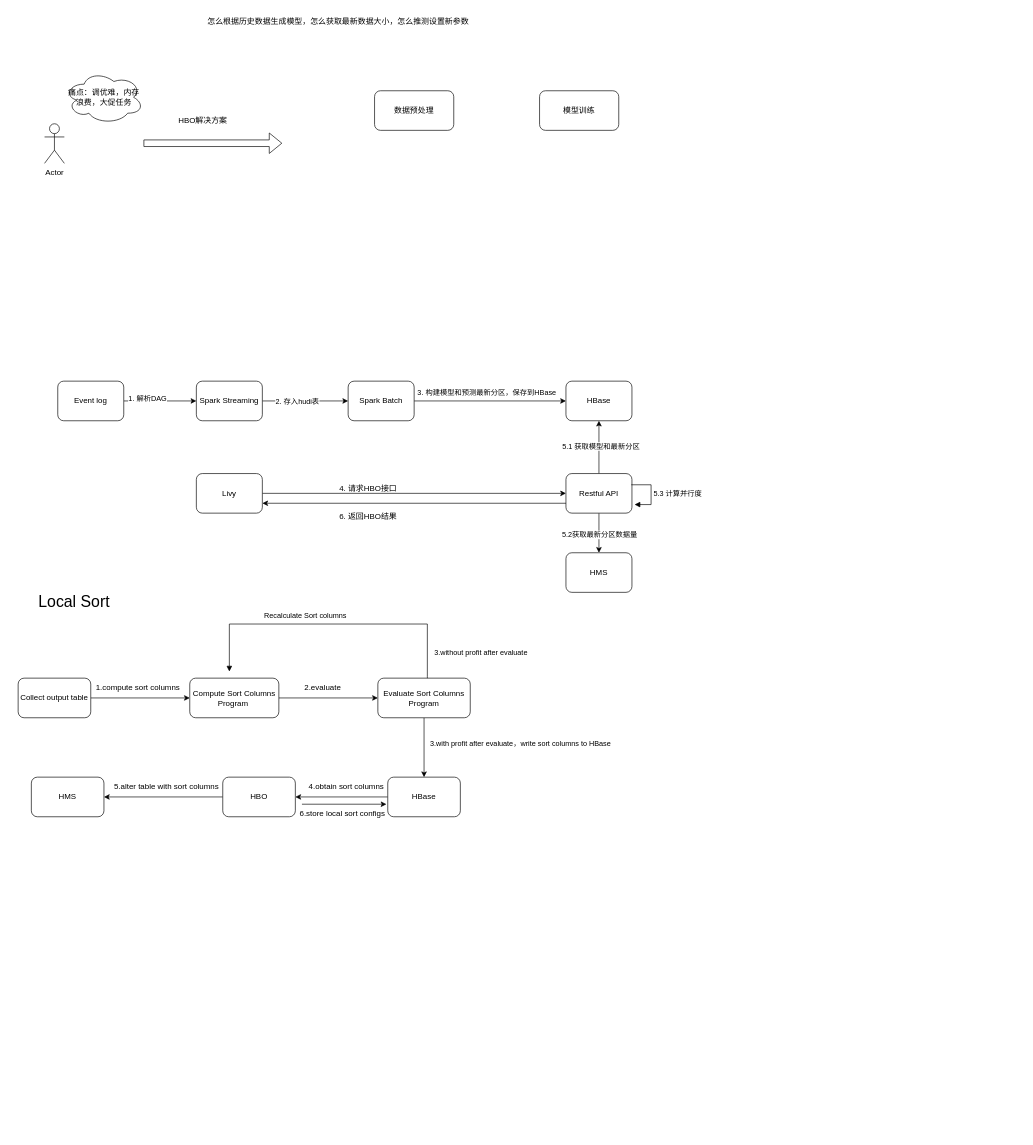
Earlier version of the draw.io diagram page "HBO" (10 of 11) of Spark.drawio (huangxiaopingRD/diagrams). Source tidied: cells renumbered, new cells numbered last; positions are measured from the earlier drawing's top-left corner, leaving out a move shared by most shapes. Both pictures are drawn from the tidied source at 66%, with x=0, y=0 at pixel (11, 11).
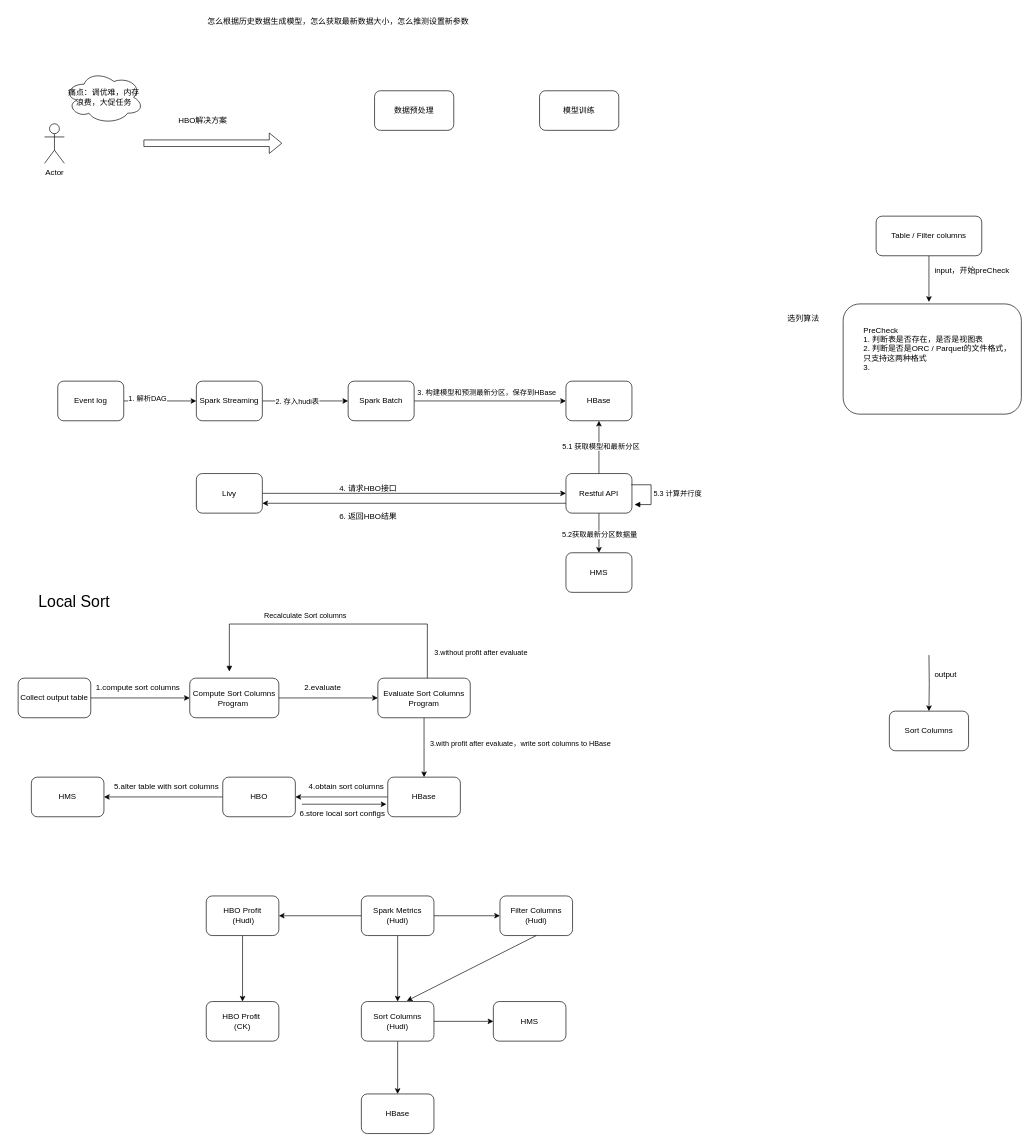
The same page after the edit.

The edit, as a diff of the source:
```diff
@@
+    <mxCell id="54" style="edgeStyle=orthogonalEdgeStyle;rounded=0;jettySize=auto;html=1;" parent="1" edge="1" target="72">
+      <mxGeometry relative="1" as="geometry">
+        <mxPoint x="1390" y="975" as="sourcePoint" />
+      </mxGeometry>
+    </mxCell>
@@
+    <mxCell id="55" style="edgeStyle=orthogonalEdgeStyle;rounded=0;jettySize=auto;html=1;" parent="1" edge="1" source="58" target="62">
+      <mxGeometry relative="1" as="geometry" />
+    </mxCell>
+    <mxCell id="56" style="edgeStyle=orthogonalEdgeStyle;rounded=0;jettySize=auto;html=1;" parent="1" edge="1" source="58" target="59">
+      <mxGeometry relative="1" as="geometry" />
+    </mxCell>
+    <mxCell id="57" style="edgeStyle=orthogonalEdgeStyle;rounded=0;jettySize=auto;html=1;entryX=1;entryY=0.5;entryDx=0;entryDy=0;" parent="1" edge="1" source="58" target="66">
+      <mxGeometry relative="1" as="geometry" />
+    </mxCell>
+    <mxCell id="58" value="Spark Metrics&lt;div&gt;&lt;span style=&quot;background-color: initial;&quot;&gt;(Hudi)&lt;/span&gt;&lt;/div&gt;" style="rounded=1;whiteSpace=wrap;html=1;" parent="1" vertex="1">
+      <mxGeometry x="530" y="1340" width="110" height="60" as="geometry" />
+    </mxCell>
+    <mxCell id="59" value="Filter Columns (Hudi)" style="rounded=1;whiteSpace=wrap;html=1;" parent="1" vertex="1">
+      <mxGeometry x="740" y="1340" width="110" height="60" as="geometry" />
+    </mxCell>
+    <mxCell id="60" style="edgeStyle=orthogonalEdgeStyle;rounded=0;jettySize=auto;html=1;" parent="1" edge="1" source="62" target="64">
+      <mxGeometry relative="1" as="geometry" />
+    </mxCell>
+    <mxCell id="61" style="edgeStyle=orthogonalEdgeStyle;rounded=0;jettySize=auto;html=1;" parent="1" edge="1" source="62" target="63">
+      <mxGeometry relative="1" as="geometry" />
+    </mxCell>
+    <mxCell id="62" value="Sort Columns&lt;div&gt;(Hudi)&lt;/div&gt;" style="rounded=1;whiteSpace=wrap;html=1;" parent="1" vertex="1">
+      <mxGeometry x="530" y="1500" width="110" height="60" as="geometry" />
+    </mxCell>
+    <mxCell id="63" value="HMS" style="rounded=1;whiteSpace=wrap;html=1;" parent="1" vertex="1">
+      <mxGeometry x="730" y="1500" width="110" height="60" as="geometry" />
+    </mxCell>
+    <mxCell id="64" value="HBase" style="rounded=1;whiteSpace=wrap;html=1;" parent="1" vertex="1">
+      <mxGeometry x="530" y="1640" width="110" height="60" as="geometry" />
+    </mxCell>
+    <mxCell id="65" style="edgeStyle=orthogonalEdgeStyle;rounded=0;jettySize=auto;html=1;entryX=0.5;entryY=0;entryDx=0;entryDy=0;" parent="1" edge="1" source="66" target="67">
+      <mxGeometry relative="1" as="geometry" />
+    </mxCell>
+    <mxCell id="66" value="HBO Profit&lt;div&gt;&amp;nbsp;(Hudi)&lt;/div&gt;" style="rounded=1;whiteSpace=wrap;html=1;" parent="1" vertex="1">
+      <mxGeometry x="295" y="1340" width="110" height="60" as="geometry" />
+    </mxCell>
+    <mxCell id="67" value="HBO Profit&amp;nbsp;&lt;div&gt;(CK)&lt;/div&gt;" style="rounded=1;whiteSpace=wrap;html=1;" parent="1" vertex="1">
+      <mxGeometry x="295" y="1500" width="110" height="60" as="geometry" />
+    </mxCell>
+    <mxCell id="68" style="endArrow=classic;html=1;rounded=0;entryX=0.627;entryY=-0.017;entryDx=0;entryDy=0;entryPerimeter=0;exitX=0.5;exitY=1;exitDx=0;exitDy=0;" parent="1" edge="1" source="59" target="62">
+      <mxGeometry relative="1" as="geometry" />
+    </mxCell>
+    <mxCell id="69" style="edgeStyle=orthogonalEdgeStyle;rounded=0;jettySize=auto;html=1;" parent="1" edge="1" source="70">
+      <mxGeometry relative="1" as="geometry">
+        <mxPoint x="1390" y="440" as="targetPoint" />
+      </mxGeometry>
+    </mxCell>
+    <mxCell id="70" value="Table / Filter columns" style="rounded=1;whiteSpace=wrap;html=1;" parent="1" vertex="1">
+      <mxGeometry x="1310" y="310" width="160" height="60" as="geometry" />
+    </mxCell>
+    <mxCell id="71" value="选列算法" style="text;html=1;align=center;verticalAlign=middle;whiteSpace=wrap;rounded=0;" parent="1" vertex="1">
+      <mxGeometry x="1170" y="450" width="60" height="30" as="geometry" />
+    </mxCell>
+    <mxCell id="72" value="Sort Columns" style="rounded=1;whiteSpace=wrap;html=1;" parent="1" vertex="1">
+      <mxGeometry x="1330" y="1060" width="120" height="60" as="geometry" />
+    </mxCell>
+    <mxCell id="73" value="output" style="text;html=1;align=center;verticalAlign=middle;strokeColor=none;fillColor=none;" parent="1" vertex="1">
+      <mxGeometry x="1385" y="990" width="60" height="30" as="geometry" />
+    </mxCell>
+    <mxCell id="74" value="input，开始preCheck" style="text;html=1;align=center;verticalAlign=middle;strokeColor=none;fillColor=none;" parent="1" vertex="1">
+      <mxGeometry x="1385" y="378" width="140" height="30" as="geometry" />
+    </mxCell>
+    <mxCell id="75" value="&lt;p&gt;&lt;/p&gt;&lt;div style=&quot;text-align: left;&quot;&gt;&lt;br&gt;&lt;/div&gt;&lt;p&gt;&lt;/p&gt;" style="rounded=1;whiteSpace=wrap;html=1;" parent="1" vertex="1">
+      <mxGeometry x="1260" y="443" width="270" height="167" as="geometry" />
+    </mxCell>
+    <mxCell id="76" value="&lt;p&gt;&lt;/p&gt;&lt;div style=&quot;text-align: left;&quot;&gt;&lt;span style=&quot;background-color: initial;&quot;&gt;PreCheck&lt;/span&gt;&lt;/div&gt;&lt;div style=&quot;text-align: left;&quot;&gt;&lt;span style=&quot;background-color: initial;&quot;&gt;1.&amp;nbsp;判断表是否存在，是否是视图表&lt;/span&gt;&lt;/div&gt;&lt;div style=&quot;text-align: left;&quot;&gt;&lt;span style=&quot;background-color: initial;&quot;&gt;2.&amp;nbsp;&lt;/span&gt;&lt;span style=&quot;background-color: initial; text-align: center;&quot;&gt;判断是否是ORC / Parquet的文件格式，只支持这两种格式&lt;/span&gt;&lt;/div&gt;&lt;div style=&quot;text-align: left;&quot;&gt;&lt;span style=&quot;background-color: initial; text-align: center;&quot;&gt;3.&amp;nbsp;&lt;/span&gt;&lt;/div&gt;" style="text;html=1;align=center;verticalAlign=middle;whiteSpace=wrap;rounded=0;" parent="1" vertex="1">
+      <mxGeometry x="1290" y="460" width="230" height="90" as="geometry" />
+    </mxCell>
```
